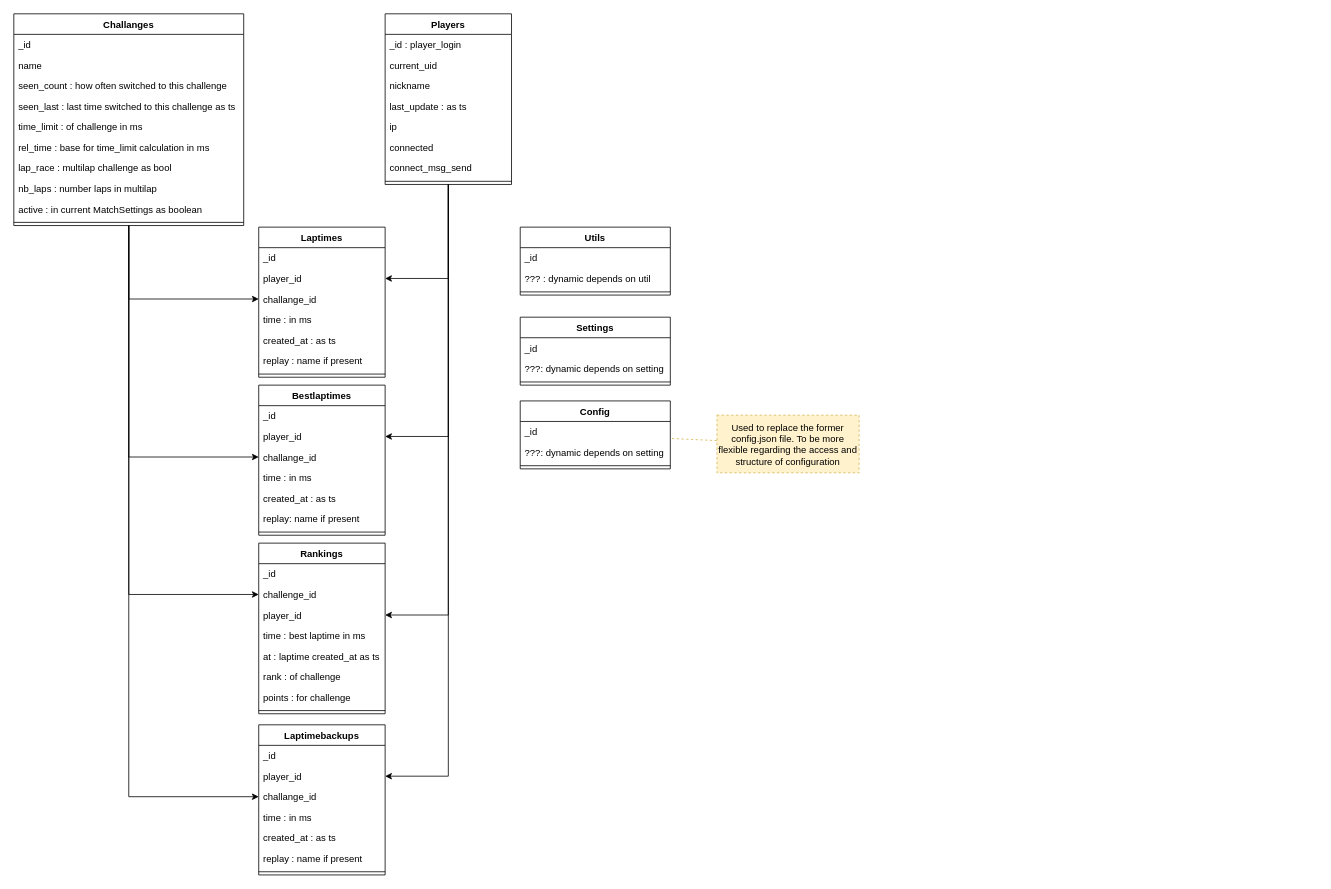
Before: docs/db_layout.drawio in nils-ost/TMNF-TimeAttackServer, a draw.io diagram. Source tidied: cells renumbered, new cells numbered last; positions are measured from the earlier drawing's top-left corner, leaving out a move shared by most shapes. Both pictures are drawn from the tidied source at 79%, with x=0, y=0 at pixel (13, 13).
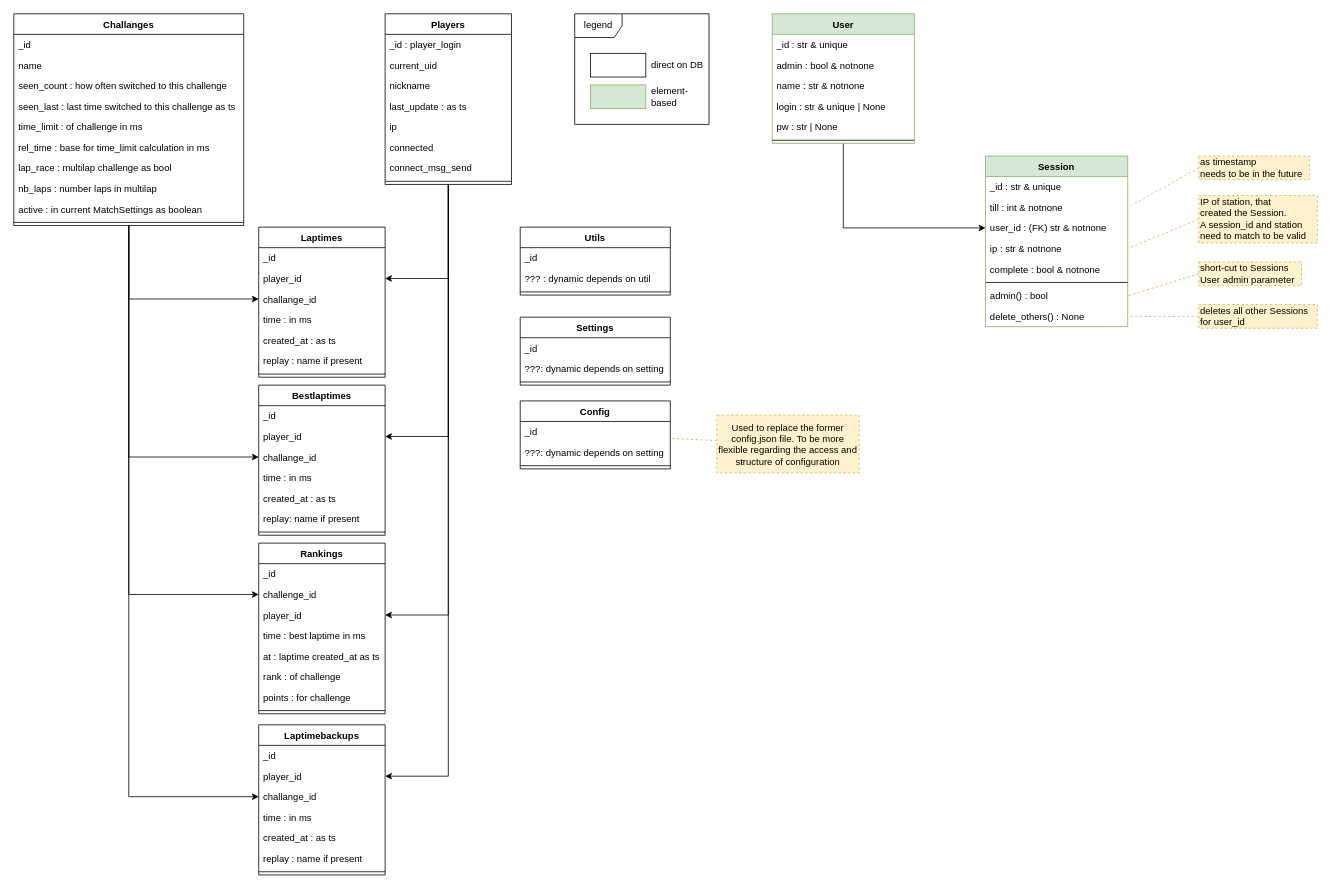
The same page after the edit.

Diff of the diagram source:
```diff
@@
+    <mxCell id="77" style="edgeStyle=orthogonalEdgeStyle;rounded=0;jettySize=auto;html=1;endArrow=classic;endFill=1;" parent="1" edge="1" source="78" target="92">
+      <mxGeometry relative="1" as="geometry" />
+    </mxCell>
+    <mxCell id="78" value="User" style="swimlane;fontStyle=1;align=center;verticalAlign=top;horizontal=1;startSize=26;fillColor=#d5e8d4;strokeColor=#82b366;" parent="1" vertex="1">
+      <mxGeometry x="960" width="180" height="164" as="geometry" />
+    </mxCell>
+    <mxCell id="79" value="_id : str &amp; unique" style="text;strokeColor=none;fillColor=none;align=left;verticalAlign=top;spacingLeft=4;spacingRight=4;overflow=hidden;" parent="78" vertex="1">
+      <mxGeometry y="26" width="180" height="26" as="geometry" />
+    </mxCell>
+    <mxCell id="80" value="admin : bool &amp; notnone" style="text;strokeColor=none;fillColor=none;align=left;verticalAlign=top;spacingLeft=4;spacingRight=4;overflow=hidden;" parent="78" vertex="1">
+      <mxGeometry y="52" width="180" height="26" as="geometry" />
+    </mxCell>
+    <mxCell id="81" value="name : str &amp; notnone" style="text;strokeColor=none;fillColor=none;align=left;verticalAlign=top;spacingLeft=4;spacingRight=4;overflow=hidden;" parent="78" vertex="1">
+      <mxGeometry y="78" width="180" height="26" as="geometry" />
+    </mxCell>
+    <mxCell id="82" value="login : str &amp; unique | None" style="text;strokeColor=none;fillColor=none;align=left;verticalAlign=top;spacingLeft=4;spacingRight=4;overflow=hidden;" parent="78" vertex="1">
+      <mxGeometry y="104" width="180" height="26" as="geometry" />
+    </mxCell>
+    <mxCell id="83" value="pw : str | None" style="text;strokeColor=none;fillColor=none;align=left;verticalAlign=top;spacingLeft=4;spacingRight=4;overflow=hidden;" parent="78" vertex="1">
+      <mxGeometry y="130" width="180" height="26" as="geometry" />
+    </mxCell>
+    <mxCell id="84" style="line;strokeWidth=1;fillColor=none;align=left;verticalAlign=middle;spacingTop=-1;spacingLeft=3;spacingRight=3;labelPosition=right;" parent="78" vertex="1">
+      <mxGeometry y="156" width="180" height="8" as="geometry" />
+    </mxCell>
+    <mxCell id="85" style="group;" parent="1" vertex="1">
+      <mxGeometry x="710" width="170" height="140" as="geometry" />
+    </mxCell>
+    <mxCell id="86" value="legend" style="shape=umlFrame;whiteSpace=wrap;html=1;" parent="85" vertex="1">
+      <mxGeometry width="170" height="140" as="geometry" />
+    </mxCell>
+    <mxCell id="87" value="element-based" style="rounded=0;whiteSpace=wrap;html=1;fillColor=#d5e8d4;strokeColor=#82b366;labelPosition=right;verticalLabelPosition=middle;align=left;verticalAlign=middle;spacing=7;" parent="85" vertex="1">
+      <mxGeometry x="20" y="90" width="70" height="30" as="geometry" />
+    </mxCell>
+    <mxCell id="88" value="direct on DB" style="rounded=0;whiteSpace=wrap;html=1;labelPosition=right;verticalLabelPosition=middle;align=left;verticalAlign=middle;spacing=7;" parent="85" vertex="1">
+      <mxGeometry x="20" y="50" width="70" height="30" as="geometry" />
+    </mxCell>
+    <mxCell id="89" value="Session" style="swimlane;fontStyle=1;align=center;verticalAlign=top;horizontal=1;startSize=26;fillColor=#d5e8d4;strokeColor=#82b366;" parent="1" vertex="1">
+      <mxGeometry x="1230" y="180" width="180" height="216" as="geometry" />
+    </mxCell>
+    <mxCell id="90" value="_id : str &amp; unique" style="text;strokeColor=none;fillColor=none;align=left;verticalAlign=top;spacingLeft=4;spacingRight=4;overflow=hidden;" parent="89" vertex="1">
+      <mxGeometry y="26" width="180" height="26" as="geometry" />
+    </mxCell>
+    <mxCell id="91" value="till : int &amp; notnone" style="text;strokeColor=none;fillColor=none;align=left;verticalAlign=top;spacingLeft=4;spacingRight=4;overflow=hidden;points=[[0,0.5],[1,0.5]];portConstraint=eastwest;" parent="89" vertex="1">
+      <mxGeometry y="52" width="180" height="26" as="geometry" />
+    </mxCell>
+    <mxCell id="92" value="user_id : (FK) str &amp; notnone" style="text;strokeColor=none;fillColor=none;align=left;verticalAlign=top;spacingLeft=4;spacingRight=4;overflow=hidden;points=[[0,0.5],[1,0.5]];portConstraint=eastwest;" parent="89" vertex="1">
+      <mxGeometry y="78" width="180" height="26" as="geometry" />
+    </mxCell>
+    <mxCell id="93" value="ip : str &amp; notnone" style="text;strokeColor=none;fillColor=none;align=left;verticalAlign=top;spacingLeft=4;spacingRight=4;overflow=hidden;points=[[0,0.5],[1,0.5]];portConstraint=eastwest;" parent="89" vertex="1">
+      <mxGeometry y="104" width="180" height="26" as="geometry" />
+    </mxCell>
+    <mxCell id="94" value="complete : bool &amp; notnone" style="text;strokeColor=none;fillColor=none;align=left;verticalAlign=top;spacingLeft=4;spacingRight=4;overflow=hidden;" parent="89" vertex="1">
+      <mxGeometry y="130" width="180" height="26" as="geometry" />
+    </mxCell>
+    <mxCell id="95" style="line;strokeWidth=1;fillColor=none;align=left;verticalAlign=middle;spacingTop=-1;spacingLeft=3;spacingRight=3;labelPosition=right;" parent="89" vertex="1">
+      <mxGeometry y="156" width="180" height="8" as="geometry" />
+    </mxCell>
+    <mxCell id="96" value="admin() : bool" style="text;strokeColor=none;fillColor=none;align=left;verticalAlign=top;spacingLeft=4;spacingRight=4;overflow=hidden;points=[[0,0.5],[1,0.5]];portConstraint=eastwest;" parent="89" vertex="1">
+      <mxGeometry y="164" width="180" height="26" as="geometry" />
+    </mxCell>
+    <mxCell id="97" value="delete_others() : None" style="text;strokeColor=none;fillColor=none;align=left;verticalAlign=top;spacingLeft=4;spacingRight=4;overflow=hidden;points=[[0,0.5],[1,0.5]];portConstraint=eastwest;" parent="89" vertex="1">
+      <mxGeometry y="190" width="180" height="26" as="geometry" />
+    </mxCell>
+    <mxCell id="98" style="rounded=0;jettySize=auto;html=1;exitX=0;exitY=0.5;exitDx=0;exitDy=0;endArrow=none;endFill=0;dashed=1;fillColor=#fff2cc;strokeColor=#d6b656;entryX=1;entryY=0.5;entryDx=0;entryDy=0;" parent="1" edge="1" source="99" target="97">
+      <mxGeometry relative="1" as="geometry" />
+    </mxCell>
+    <mxCell id="99" value="deletes all other Sessions&lt;br&gt;for user_id" style="rounded=0;whiteSpace=wrap;html=1;align=left;fillColor=#fff2cc;strokeColor=#d6b656;dashed=1;" parent="1" vertex="1">
+      <mxGeometry x="1500" y="368" width="150" height="30" as="geometry" />
+    </mxCell>
+    <mxCell id="100" style="edgeStyle=none;rounded=0;jettySize=auto;html=1;exitX=0;exitY=0.5;exitDx=0;exitDy=0;entryX=1;entryY=0.5;entryDx=0;entryDy=0;dashed=1;endArrow=none;endFill=0;fillColor=#fff2cc;strokeColor=#d6b656;" parent="1" edge="1" source="101" target="96">
+      <mxGeometry relative="1" as="geometry" />
+    </mxCell>
+    <mxCell id="101" value="short-cut to Sessions&lt;br&gt;User admin parameter" style="rounded=0;whiteSpace=wrap;html=1;align=left;fillColor=#fff2cc;strokeColor=#d6b656;dashed=1;" parent="1" vertex="1">
+      <mxGeometry x="1500" y="314" width="130" height="30" as="geometry" />
+    </mxCell>
+    <mxCell id="102" style="rounded=0;jettySize=auto;html=1;exitX=0;exitY=0.5;exitDx=0;exitDy=0;entryX=1;entryY=0.5;entryDx=0;entryDy=0;endArrow=none;endFill=0;dashed=1;fillColor=#fff2cc;strokeColor=#d6b656;" parent="1" edge="1" source="103" target="93">
+      <mxGeometry relative="1" as="geometry" />
+    </mxCell>
+    <mxCell id="103" value="IP of station, that&lt;br&gt;created the Session.&lt;br&gt;A session_id and station&lt;br&gt;need to match to be valid" style="rounded=0;whiteSpace=wrap;html=1;align=left;fillColor=#fff2cc;strokeColor=#d6b656;dashed=1;" parent="1" vertex="1">
+      <mxGeometry x="1500" y="230" width="150" height="60" as="geometry" />
+    </mxCell>
+    <mxCell id="104" style="edgeStyle=none;rounded=0;jettySize=auto;html=1;exitX=0;exitY=0.5;exitDx=0;exitDy=0;entryX=1;entryY=0.5;entryDx=0;entryDy=0;dashed=1;endArrow=none;endFill=0;fillColor=#fff2cc;strokeColor=#d6b656;" parent="1" edge="1" source="105" target="91">
+      <mxGeometry relative="1" as="geometry" />
+    </mxCell>
+    <mxCell id="105" value="as timestamp&lt;br&gt;needs to be in the future" style="rounded=0;whiteSpace=wrap;html=1;align=left;fillColor=#fff2cc;strokeColor=#d6b656;dashed=1;" parent="1" vertex="1">
+      <mxGeometry x="1500" y="180" width="140" height="30" as="geometry" />
+    </mxCell>
```
